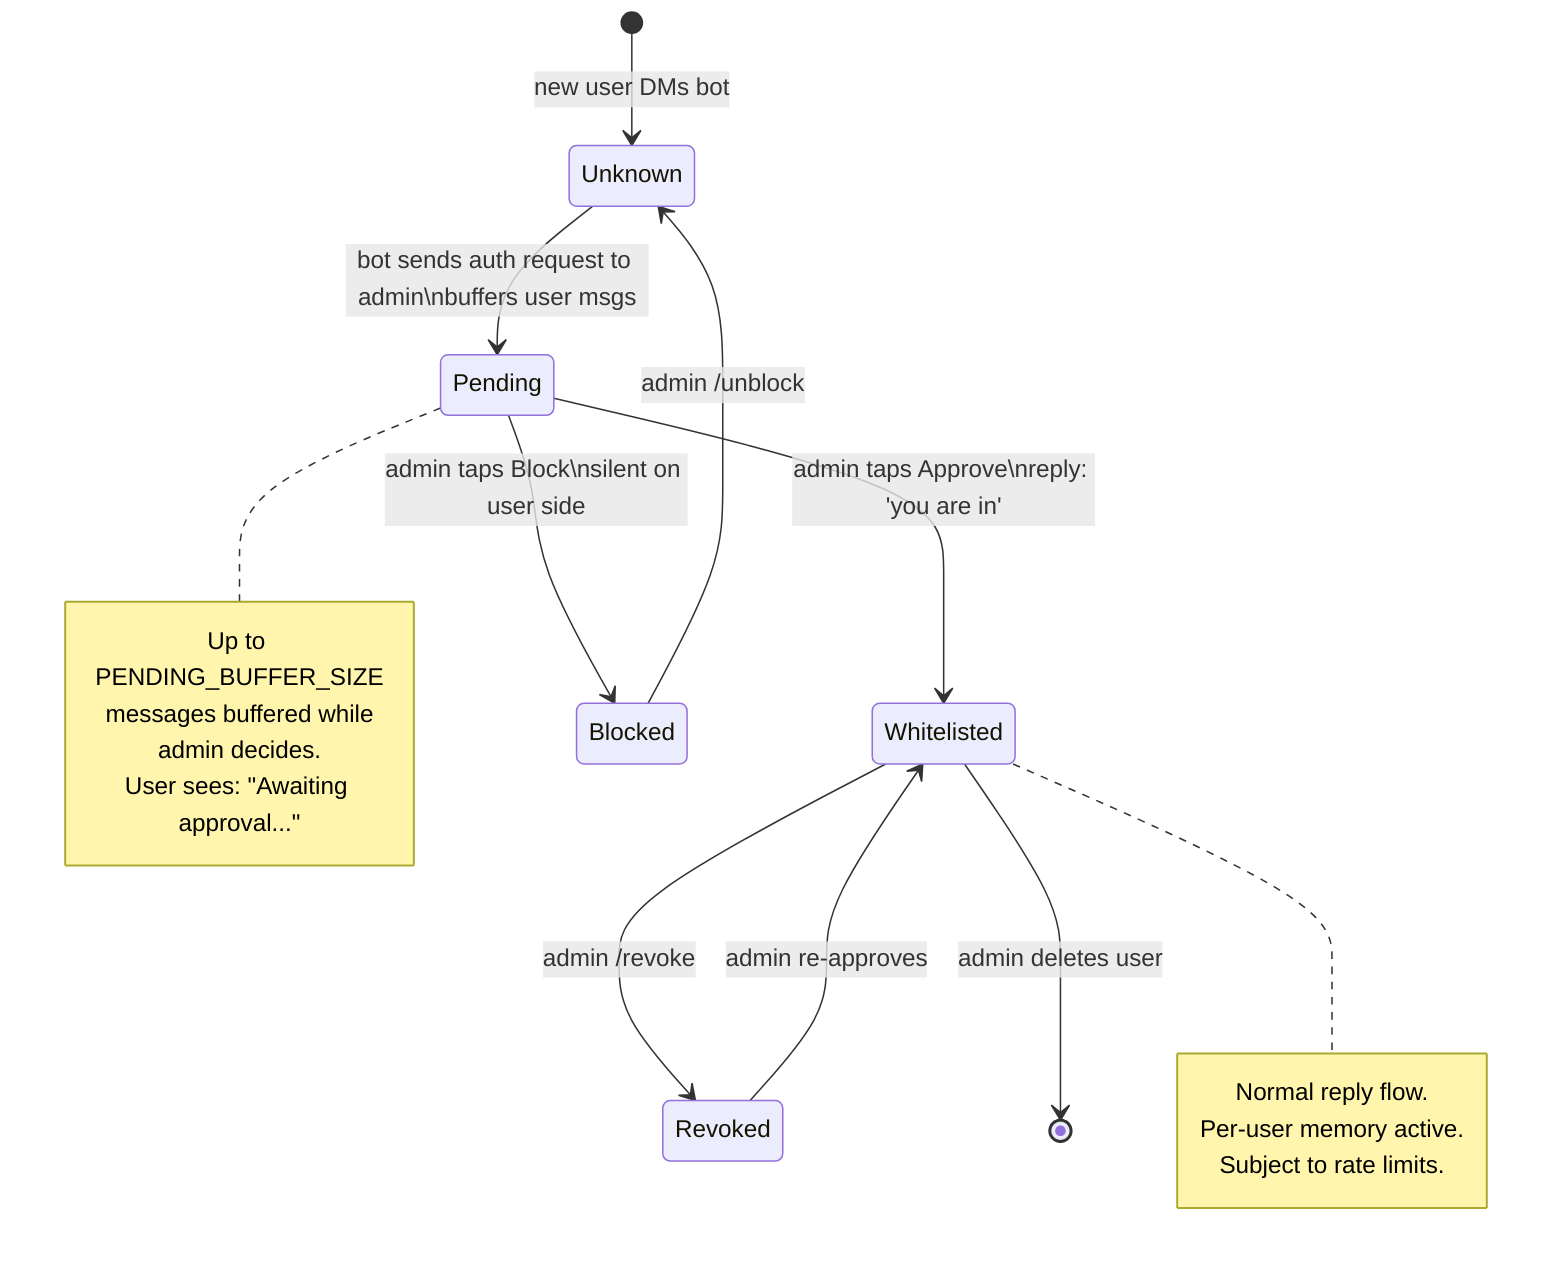
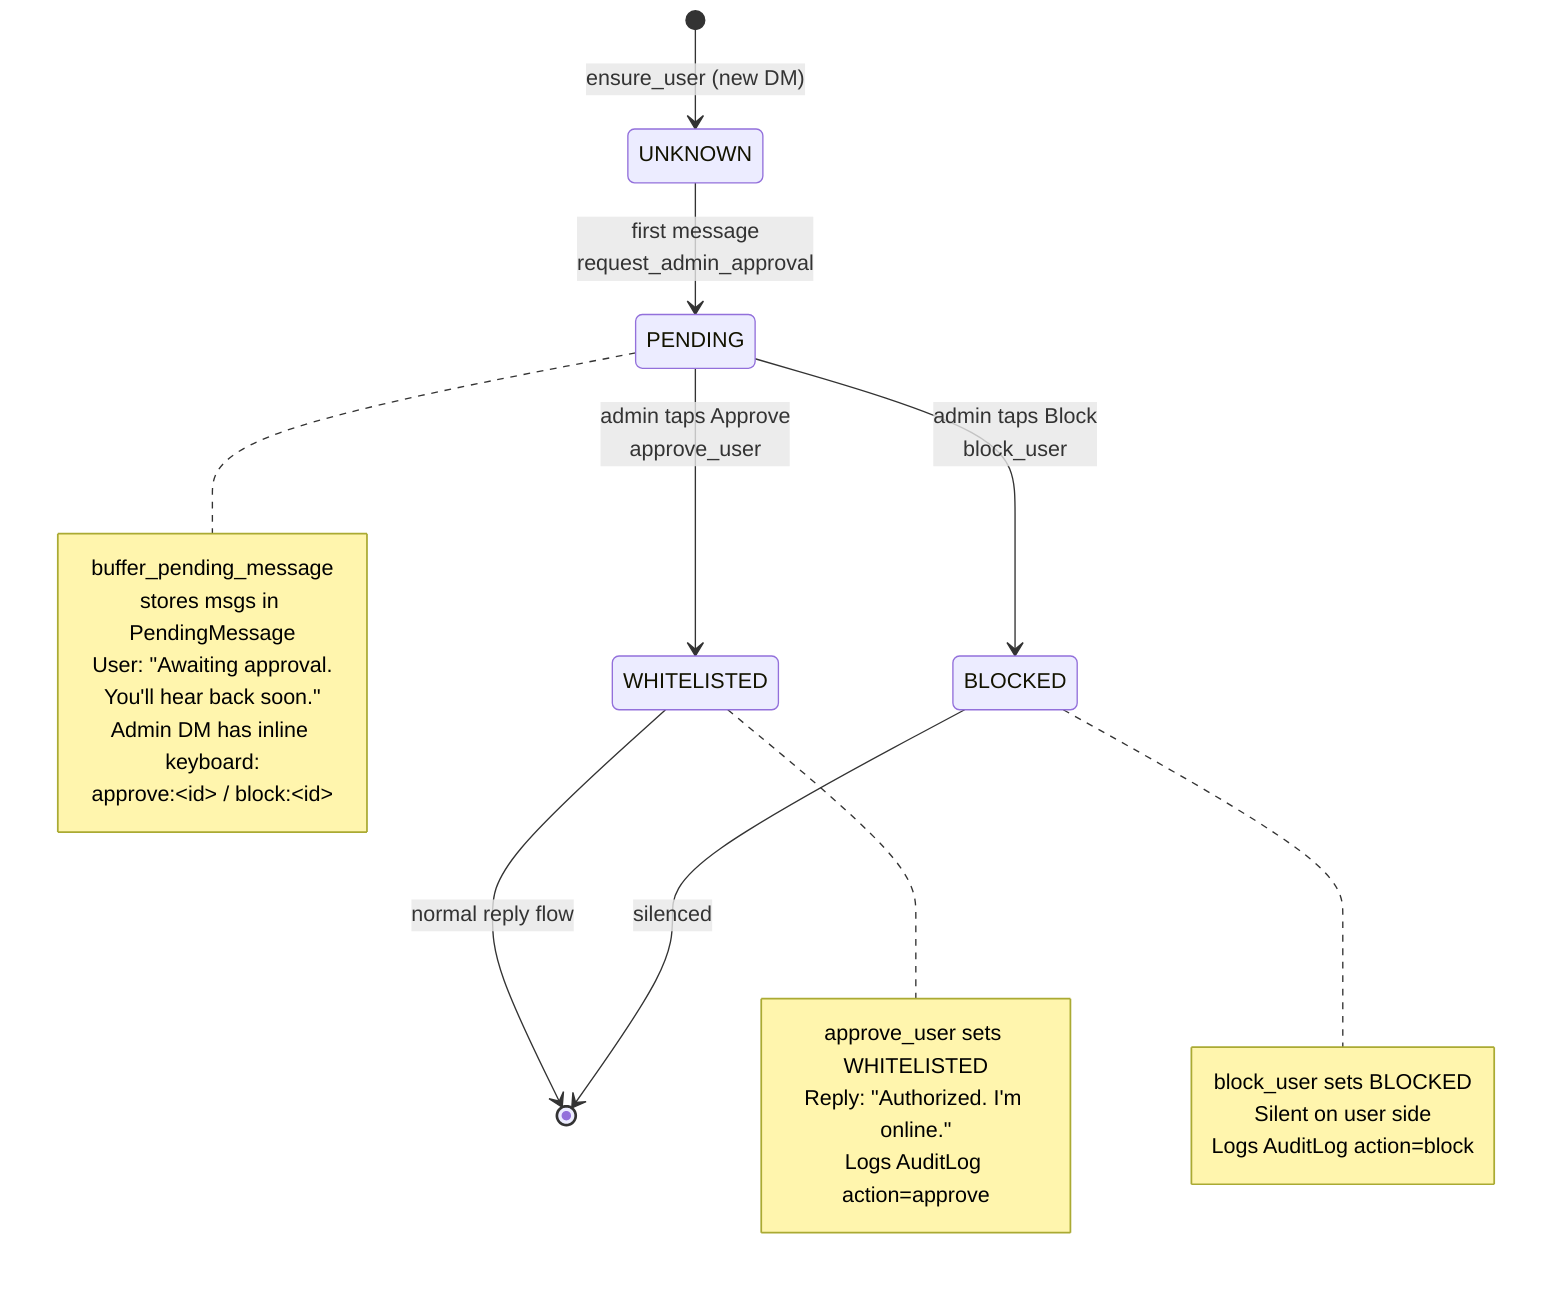
stateDiagram-v2
-     [*] --> Unknown : new user DMs bot
+     [*] --> UNKNOWN : ensure_user (new DM)

-     Unknown --> Pending : bot sends auth request to admin\nbuffers user msgs
-     Pending --> Whitelisted : admin taps Approve\nreply: 'you are in'
-     Pending --> Blocked : admin taps Block\nsilent on user side
+     UNKNOWN --> PENDING : first message<br/>request_admin_approval

-     Whitelisted --> Revoked : admin /revoke
-     Revoked --> Whitelisted : admin re-approves
-     Blocked --> Unknown : admin /unblock
+     PENDING --> WHITELISTED : admin taps Approve<br/>approve_user
+     PENDING --> BLOCKED : admin taps Block<br/>block_user

-     Whitelisted --> [*] : admin deletes user
+     WHITELISTED --> [*] : normal reply flow
+     BLOCKED --> [*] : silenced

-     note right of Pending
-         Up to PENDING_BUFFER_SIZE
-         messages buffered while
-         admin decides.
-         User sees: "Awaiting approval..."
+     note right of PENDING
+         buffer_pending_message
+         stores msgs in PendingMessage
+         User: "Awaiting approval.
+         You'll hear back soon."
+         Admin DM has inline keyboard:
+         approve:&lt;id&gt; / block:&lt;id&gt;
    end note

-     note right of Whitelisted
-         Normal reply flow.
-         Per-user memory active.
-         Subject to rate limits.
+     note right of WHITELISTED
+         approve_user sets WHITELISTED
+         Reply: "Authorized. I'm online."
+         Logs AuditLog action=approve
    end note
+ 
+     note right of BLOCKED
+         block_user sets BLOCKED
+         Silent on user side
+         Logs AuditLog action=block
+     end note
